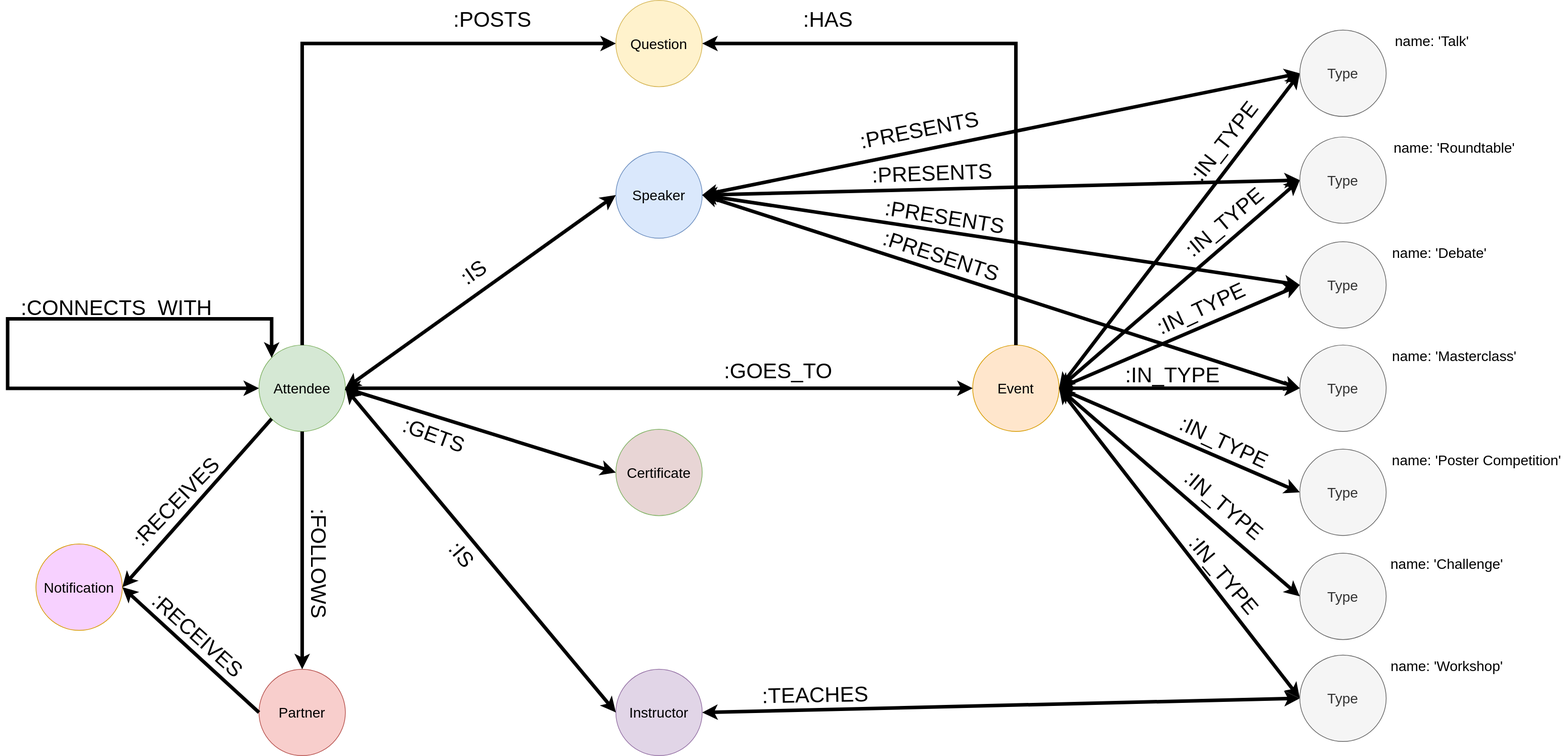
Tec2Med-Summit2024/backend keeps this draw.io diagram as server/database/data-model.svg. Above is the earlier version. Source tidied: cells renumbered, new cells last; positions are measured from the earlier drawing's top-left corner, leaving out a move shared by most shapes.
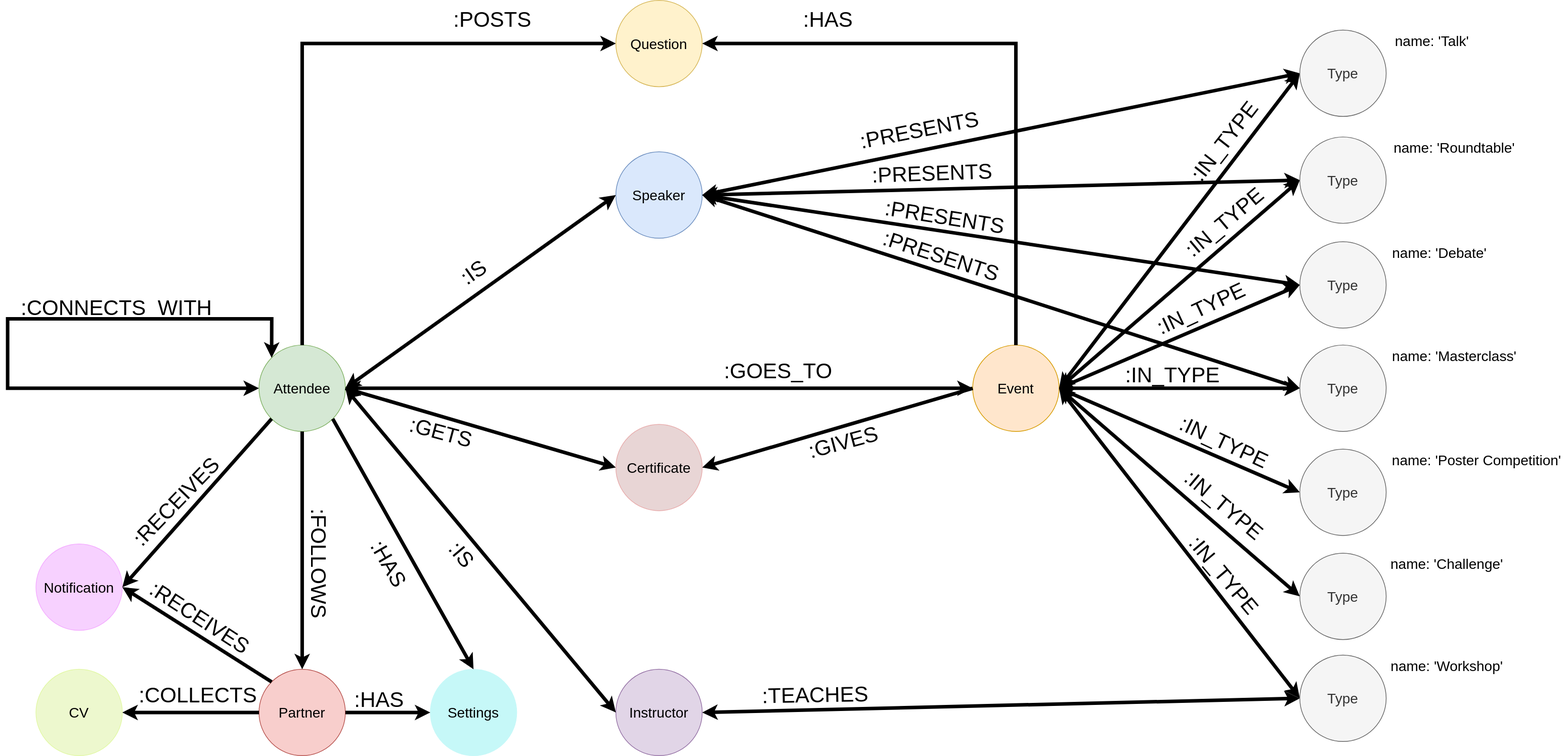
Later version of the same file.

Commit message:
updated API reference and data model

What changed in the source:
```diff
@@ -176,29 +176,29 @@
     <mxCell id="59" value="&lt;span style=&quot;font-size: 30px;&quot;&gt;:HAS&lt;/span&gt;" style="text;html=1;align=center;verticalAlign=middle;whiteSpace=wrap;rounded=0;rotation=0;" parent="1" vertex="1">
       <mxGeometry x="1024" y="12" width="270" height="30" as="geometry" />
     </mxCell>
-    <mxCell id="60" value="&lt;font style=&quot;font-size: 20px;&quot;&gt;Notification&lt;/font&gt;" style="ellipse;whiteSpace=wrap;html=1;fillColor=#F7D1FF;strokeColor=#d79b00;" parent="1" vertex="1">
+    <mxCell id="60" value="&lt;font style=&quot;font-size: 20px;&quot;&gt;Notification&lt;/font&gt;" style="ellipse;whiteSpace=wrap;html=1;fillColor=#F7D1FF;strokeColor=#F4ADFF;" parent="1" vertex="1">
       <mxGeometry x="40" y="768" width="122" height="122" as="geometry" />
     </mxCell>
     <mxCell id="61" style="endArrow=classic;startArrow=none;html=1;rounded=0;strokeWidth=5;exitX=0;exitY=1;exitDx=0;exitDy=0;entryX=1;entryY=0.5;entryDx=0;entryDy=0;startFill=0;" parent="1" edge="1" source="2" target="60">
       <mxGeometry relative="1" as="geometry" />
     </mxCell>
-    <mxCell id="62" style="endArrow=classic;startArrow=none;html=1;rounded=0;strokeWidth=5;exitX=0;exitY=0.5;exitDx=0;exitDy=0;startFill=0;entryX=1;entryY=0.5;entryDx=0;entryDy=0;" parent="1" edge="1" source="5" target="60">
+    <mxCell id="62" style="endArrow=classic;startArrow=none;html=1;rounded=0;strokeWidth=5;startFill=0;entryX=1;entryY=0.5;entryDx=0;entryDy=0;exitX=0;exitY=0;exitDx=0;exitDy=0;" parent="1" edge="1" source="5" target="60">
       <mxGeometry relative="1" as="geometry" />
     </mxCell>
     <mxCell id="63" value="&lt;span style=&quot;font-size: 30px;&quot;&gt;:RECEIVES&lt;/span&gt;" style="text;html=1;align=center;verticalAlign=middle;whiteSpace=wrap;rounded=0;rotation=-46;" parent="1" vertex="1">
       <mxGeometry x="103" y="693" width="270" height="30" as="geometry" />
     </mxCell>
-    <mxCell id="64" value="&lt;span style=&quot;font-size: 30px;&quot;&gt;:RECEIVES&lt;/span&gt;" style="text;html=1;align=center;verticalAlign=middle;whiteSpace=wrap;rounded=0;rotation=42;" parent="1" vertex="1">
-      <mxGeometry x="134" y="882" width="270" height="30" as="geometry" />
+    <mxCell id="64" value="&lt;span style=&quot;font-size: 30px;&quot;&gt;:RECEIVES&lt;/span&gt;" style="text;html=1;align=center;verticalAlign=middle;whiteSpace=wrap;rounded=0;rotation=33;" parent="1" vertex="1">
+      <mxGeometry x="137" y="857" width="270" height="30" as="geometry" />
     </mxCell>
-    <mxCell id="65" value="&lt;font style=&quot;font-size: 20px;&quot;&gt;Certificate&lt;/font&gt;" style="ellipse;whiteSpace=wrap;html=1;fillColor=#E8D5D5;strokeColor=#82b366;" parent="1" vertex="1">
-      <mxGeometry x="859" y="606" width="122" height="122" as="geometry" />
+    <mxCell id="65" value="&lt;font style=&quot;font-size: 20px;&quot;&gt;Certificate&lt;/font&gt;" style="ellipse;whiteSpace=wrap;html=1;fillColor=#E8D5D5;strokeColor=#E8ACAC;" parent="1" vertex="1">
+      <mxGeometry x="859" y="599" width="122" height="122" as="geometry" />
     </mxCell>
     <mxCell id="66" style="endArrow=none;startArrow=classic;html=1;rounded=0;strokeWidth=5;entryX=1;entryY=0.5;entryDx=0;entryDy=0;startFill=1;endFill=0;exitX=0;exitY=0.5;exitDx=0;exitDy=0;" parent="1" edge="1" source="65" target="2">
       <mxGeometry relative="1" as="geometry" />
     </mxCell>
-    <mxCell id="67" value="&lt;span style=&quot;font-size: 30px;&quot;&gt;:GETS&lt;/span&gt;" style="text;html=1;align=center;verticalAlign=middle;whiteSpace=wrap;rounded=0;rotation=20;" parent="1" vertex="1">
-      <mxGeometry x="520" y="599" width="165" height="30" as="geometry" />
+    <mxCell id="67" value="&lt;span style=&quot;font-size: 30px;&quot;&gt;:GETS&lt;/span&gt;" style="text;html=1;align=center;verticalAlign=middle;whiteSpace=wrap;rounded=0;rotation=15;" parent="1" vertex="1">
+      <mxGeometry x="530" y="595" width="165" height="30" as="geometry" />
     </mxCell>
     <mxCell id="68" style="endArrow=classic;startArrow=classic;html=1;rounded=0;strokeWidth=5;exitX=1;exitY=0.5;exitDx=0;exitDy=0;entryX=0;entryY=0.5;entryDx=0;entryDy=0;" parent="1" edge="1" source="3" target="28">
       <mxGeometry relative="1" as="geometry" />
@@ -230,5 +230,35 @@
         </Array>
       </mxGeometry>
     </mxCell>
+    <mxCell id="76" style="endArrow=classic;startArrow=none;html=1;rounded=0;strokeWidth=5;entryX=1;entryY=0.5;entryDx=0;entryDy=0;startFill=0;endFill=1;exitX=0;exitY=0.5;exitDx=0;exitDy=0;" parent="1" edge="1" source="9" target="65">
+      <mxGeometry relative="1" as="geometry" />
+    </mxCell>
+    <mxCell id="77" value="&lt;span style=&quot;font-size: 30px;&quot;&gt;:GIVES&lt;/span&gt;" style="text;html=1;align=center;verticalAlign=middle;whiteSpace=wrap;rounded=0;rotation=-15;" parent="1" vertex="1">
+      <mxGeometry x="1098" y="609" width="165" height="30" as="geometry" />
+    </mxCell>
+    <mxCell id="78" value="&lt;font style=&quot;font-size: 20px;&quot;&gt;CV&lt;/font&gt;" style="ellipse;whiteSpace=wrap;html=1;fillColor=#EDF8CE;strokeColor=#E2F8A6;" parent="1" vertex="1">
+      <mxGeometry x="40" y="945" width="122" height="122" as="geometry" />
+    </mxCell>
+    <mxCell id="79" value="&lt;span style=&quot;font-size: 30px;&quot;&gt;:COLLECTS&lt;/span&gt;" style="text;html=1;align=center;verticalAlign=middle;whiteSpace=wrap;rounded=0;rotation=0;" parent="1" vertex="1">
+      <mxGeometry x="134" y="966" width="270" height="30" as="geometry" />
+    </mxCell>
+    <mxCell id="80" style="endArrow=classic;startArrow=none;html=1;rounded=0;strokeWidth=5;exitX=0;exitY=0.5;exitDx=0;exitDy=0;startFill=0;entryX=1;entryY=0.5;entryDx=0;entryDy=0;" parent="1" edge="1" source="5" target="78">
+      <mxGeometry relative="1" as="geometry" />
+    </mxCell>
+    <mxCell id="81" value="&lt;font style=&quot;font-size: 20px;&quot;&gt;Settings&lt;/font&gt;" style="ellipse;whiteSpace=wrap;html=1;fillColor=#C6F8F8;strokeColor=#C6F8F8;" parent="1" vertex="1">
+      <mxGeometry x="597" y="945" width="122" height="122" as="geometry" />
+    </mxCell>
+    <mxCell id="82" style="endArrow=classic;startArrow=none;html=1;rounded=0;strokeWidth=5;exitX=1;exitY=1;exitDx=0;exitDy=0;startFill=0;entryX=0.5;entryY=0;entryDx=0;entryDy=0;" parent="1" edge="1" source="2" target="81">
+      <mxGeometry relative="1" as="geometry" />
+    </mxCell>
+    <mxCell id="83" style="endArrow=classic;startArrow=none;html=1;rounded=0;strokeWidth=5;exitX=1;exitY=0.5;exitDx=0;exitDy=0;startFill=0;entryX=0;entryY=0.5;entryDx=0;entryDy=0;" parent="1" edge="1" source="5" target="81">
+      <mxGeometry relative="1" as="geometry" />
+    </mxCell>
+    <mxCell id="84" value="&lt;span style=&quot;font-size: 30px;&quot;&gt;:HAS&lt;/span&gt;" style="text;html=1;align=center;verticalAlign=middle;whiteSpace=wrap;rounded=0;rotation=60;" parent="1" vertex="1">
+      <mxGeometry x="404" y="781" width="270" height="30" as="geometry" />
+    </mxCell>
+    <mxCell id="85" value="&lt;span style=&quot;font-size: 30px;&quot;&gt;:HAS&lt;/span&gt;" style="text;html=1;align=center;verticalAlign=middle;whiteSpace=wrap;rounded=0;rotation=0;" parent="1" vertex="1">
+      <mxGeometry x="390" y="973" width="270" height="30" as="geometry" />
+    </mxCell>
   </root>
 </mxGraphModel>
```
